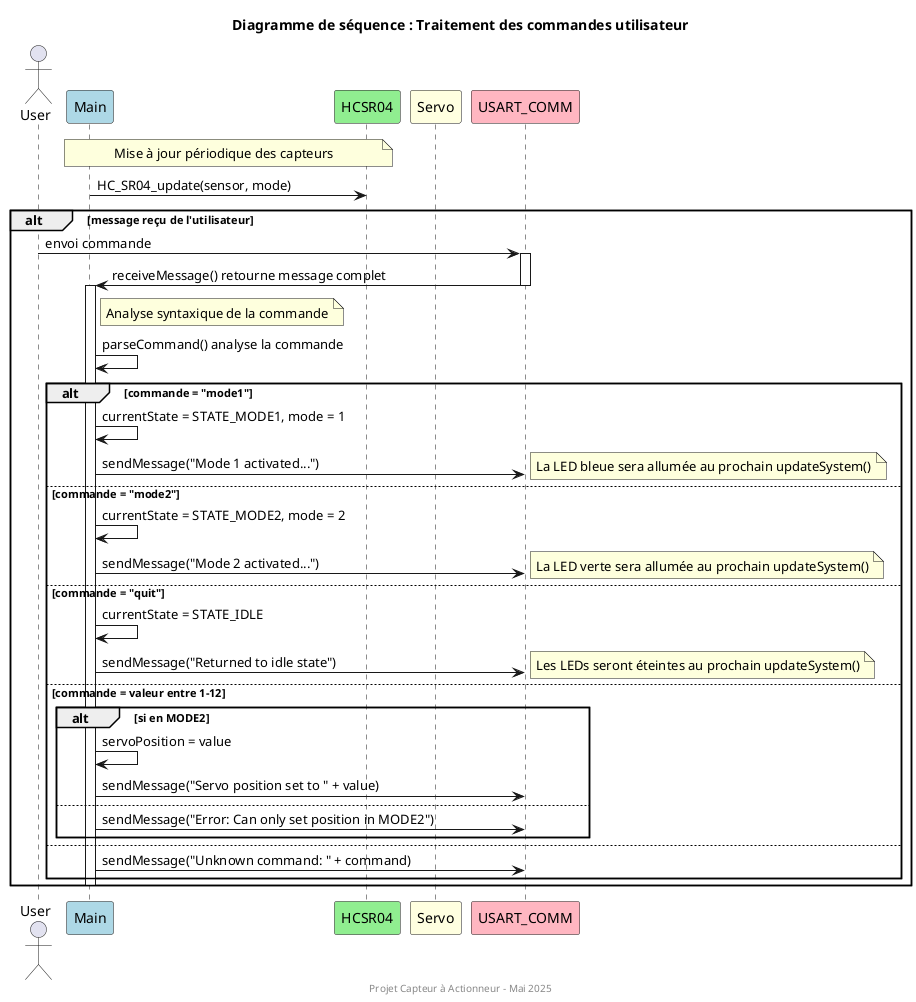
Earlier version of the PlantUML export doc-README/DS-CommandProcessing.png (AzTaiiyoo/Capteur_actionneur).
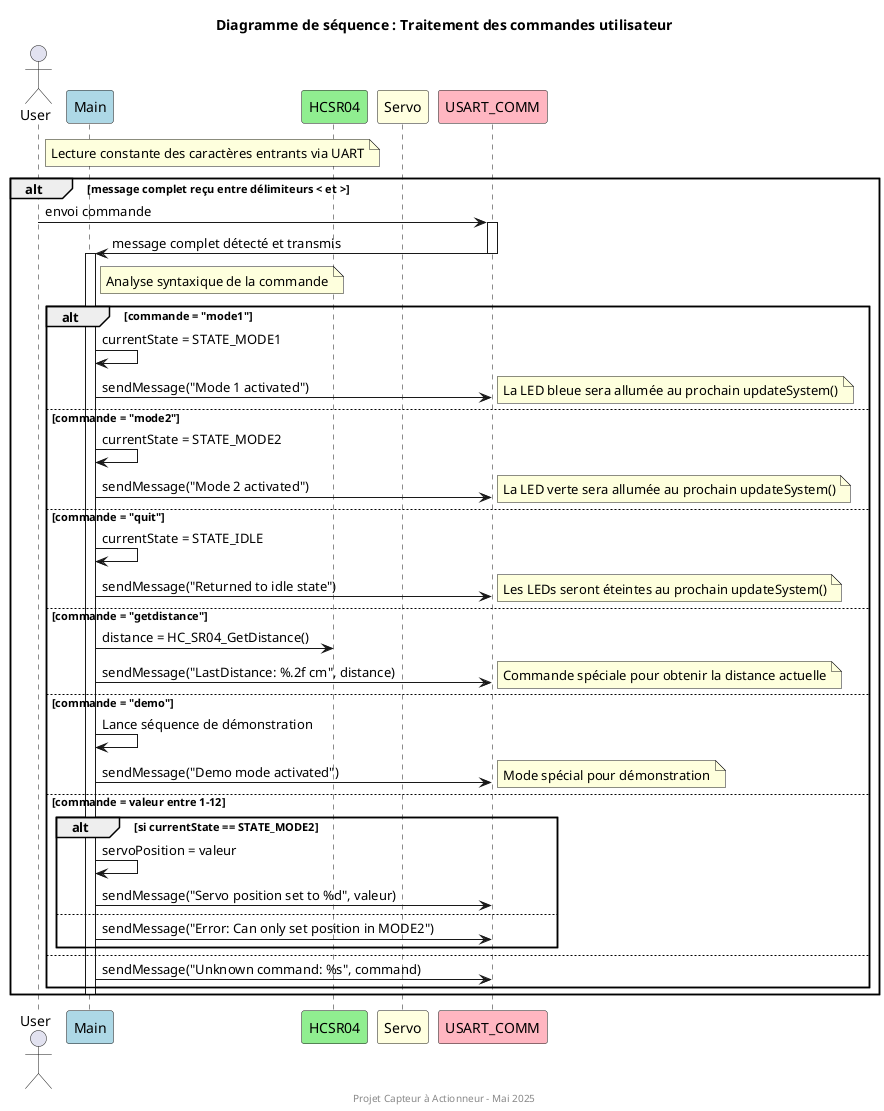
After the change.

Diff of the diagram source:
```diff
@@ -7,40 +7,46 @@
 
 title Diagramme de séquence : Traitement des commandes utilisateur
 
-note over Main, HCSR04: Mise à jour périodique des capteurs
-Main -> HCSR04: HC_SR04_update(sensor, mode)
+note over Main, HCSR04: Lecture constante des caractères entrants via UART
 
-alt message reçu de l'utilisateur
+alt message complet reçu entre délimiteurs < et >
   User -> USART: envoi commande
   activate USART
-  USART -> Main: receiveMessage() retourne message complet
+  USART -> Main: message complet détecté et transmis
   deactivate USART
   activate Main
 
   note right of Main: Analyse syntaxique de la commande
-  Main -> Main: parseCommand() analyse la commande
 
   alt commande = "mode1"
-    Main -> Main: currentState = STATE_MODE1, mode = 1
-    Main -> USART: sendMessage("Mode 1 activated...")
+    Main -> Main: currentState = STATE_MODE1
+    Main -> USART: sendMessage("Mode 1 activated")
     note right: La LED bleue sera allumée au prochain updateSystem()
   else commande = "mode2"
-    Main -> Main: currentState = STATE_MODE2, mode = 2
-    Main -> USART: sendMessage("Mode 2 activated...")
+    Main -> Main: currentState = STATE_MODE2
+    Main -> USART: sendMessage("Mode 2 activated")
     note right: La LED verte sera allumée au prochain updateSystem()
   else commande = "quit"
     Main -> Main: currentState = STATE_IDLE
     Main -> USART: sendMessage("Returned to idle state")
     note right: Les LEDs seront éteintes au prochain updateSystem()
+  else commande = "getdistance"
+    Main -> HCSR04: distance = HC_SR04_GetDistance()
+    Main -> USART: sendMessage("LastDistance: %.2f cm", distance)
+    note right: Commande spéciale pour obtenir la distance actuelle
+  else commande = "demo"
+    Main -> Main: Lance séquence de démonstration
+    Main -> USART: sendMessage("Demo mode activated")
+    note right: Mode spécial pour démonstration
   else commande = valeur entre 1-12
-    alt si en MODE2
-      Main -> Main: servoPosition = value
-      Main -> USART: sendMessage("Servo position set to " + value)
+    alt si currentState == STATE_MODE2
+      Main -> Main: servoPosition = valeur
+      Main -> USART: sendMessage("Servo position set to %d", valeur)
     else
       Main -> USART: sendMessage("Error: Can only set position in MODE2")
     end
   else
-    Main -> USART: sendMessage("Unknown command: " + command)
+    Main -> USART: sendMessage("Unknown command: %s", command)
   end
   deactivate Main
 end
```
